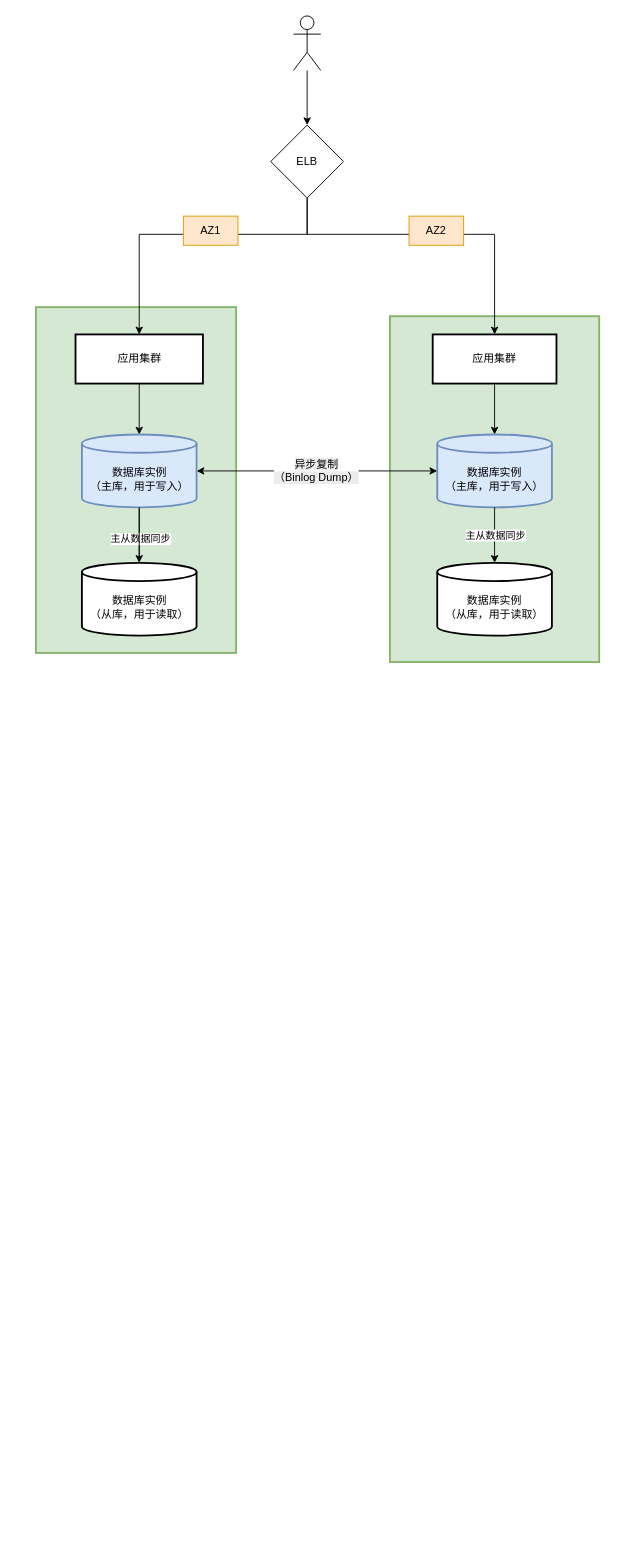
This is images/数据库双主同步.drawio from yesqcy/hello-world, a draw.io file, before an edit. Source tidied: cells renumbered, new cells numbered last; positions are measured from the earlier drawing's top-left corner, leaving out a move shared by most shapes. Both pictures are drawn from the tidied source at 91%, with x=0, y=0 at pixel (35, 15).
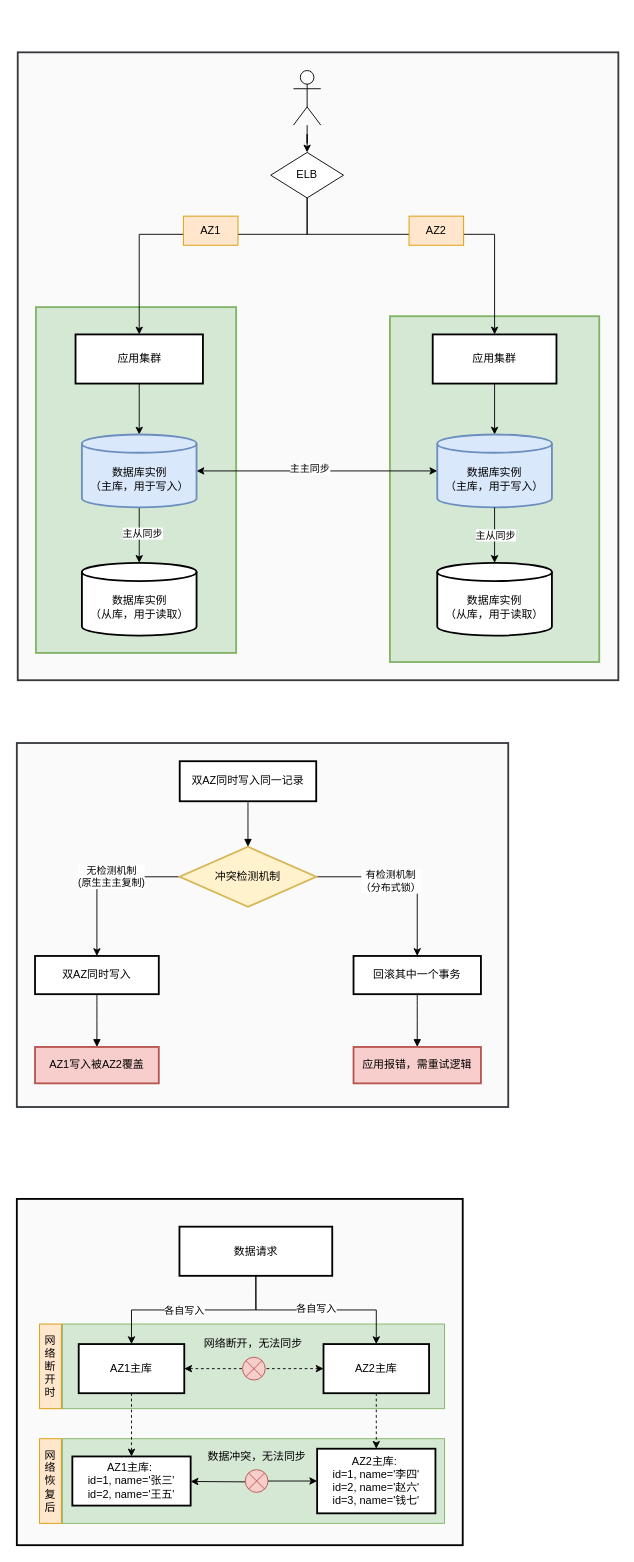
After the change.

Commit message:
更新数据库双主同步.drawio

Unchanged cells that the change refers to:
```xml
<mxCell id="6" value="数据库实例&#10;（主库，用于写入）" style="shape=cylinder3;boundedLbl=1;backgroundOutline=1;size=10;strokeWidth=2;whiteSpace=wrap;fillColor=#dae8fc;strokeColor=#6c8ebf;" parent="1" vertex="1">
  <mxGeometry x="441" y="460" width="126" height="80" as="geometry" />
</mxCell>
<mxCell id="9" style="edgeStyle=orthogonalEdgeStyle;rounded=0;jettySize=auto;html=1;exitX=0.5;exitY=1;exitDx=0;exitDy=0;exitPerimeter=0;" parent="1" edge="1" source="13" target="20">
  <mxGeometry relative="1" as="geometry" />
</mxCell>
<mxCell id="13" value="数据库实例&#10;（主库，用于写入）" style="shape=cylinder3;boundedLbl=1;backgroundOutline=1;size=10;strokeWidth=2;whiteSpace=wrap;fillColor=#dae8fc;strokeColor=#6c8ebf;" parent="1" vertex="1">
  <mxGeometry x="50.5" y="460" width="126" height="80" as="geometry" />
</mxCell>
<mxCell id="20" value="数据库实例&#10;（从库，用于读取）" style="shape=cylinder3;boundedLbl=1;backgroundOutline=1;size=10;strokeWidth=2;whiteSpace=wrap;" parent="1" vertex="1">
  <mxGeometry x="50.5" y="601" width="126" height="80" as="geometry" />
</mxCell>
<mxCell id="22" style="edgeStyle=orthogonalEdgeStyle;rounded=0;jettySize=auto;html=1;startArrow=classic;startFill=1;endArrow=none;endFill=0;entryX=0.5;entryY=1;entryDx=0;entryDy=0;entryPerimeter=0;" parent="1" edge="1" source="21" target="6">
  <mxGeometry relative="1" as="geometry" />
</mxCell>
```

What changed in the source:
```diff
@@
+    <mxCell id="26" style="whiteSpace=wrap;strokeWidth=2;verticalAlign=top;labelBackgroundColor=default;fillColor=#FAFAFA;strokeColor=#36393d;" parent="1" vertex="1">
+      <mxGeometry x="-20" y="40" width="660" height="690" as="geometry" />
+    </mxCell>
+    <mxCell id="27" style="whiteSpace=wrap;strokeWidth=2;verticalAlign=top;labelBackgroundColor=default;fillColor=#FAFAFA;strokeColor=#36393d;" parent="1" vertex="1">
+      <mxGeometry x="-21" y="799" width="540" height="400" as="geometry" />
+    </mxCell>
+    <mxCell id="28" style="whiteSpace=wrap;strokeWidth=2;verticalAlign=top;labelBackgroundColor=default;fillColor=#FAFAFA;" parent="1" vertex="1">
+      <mxGeometry x="-21" y="1300" width="490" height="380.5" as="geometry" />
+    </mxCell>
+    <mxCell id="29" style="rounded=0;whiteSpace=wrap;html=1;fillColor=#d5e8d4;strokeColor=#82b366;" parent="1" vertex="1">
+      <mxGeometry x="29" y="1563.5" width="420" height="93" as="geometry" />
+    </mxCell>
+    <mxCell id="30" style="rounded=0;whiteSpace=wrap;html=1;fillColor=#d5e8d4;strokeColor=#82b366;" parent="1" vertex="1">
+      <mxGeometry x="29" y="1437.5" width="420" height="93" as="geometry" />
+    </mxCell>
@@
+    <mxCell id="11" style="edgeStyle=orthogonalEdgeStyle;rounded=0;jettySize=auto;html=1;exitX=1;exitY=0.5;exitDx=0;exitDy=0;exitPerimeter=0;startArrow=classic;startFill=1;" parent="1" edge="1" source="13" target="6">
+      <mxGeometry relative="1" as="geometry" />
+    </mxCell>
+    <mxCell id="31" value="主主同步" style="edgeLabel;html=1;align=center;verticalAlign=middle;" parent="11" vertex="1">
+      <mxGeometry x="-0.23" y="3" relative="1" as="geometry">
+        <mxPoint x="22" as="offset" />
+      </mxGeometry>
+    </mxCell>
@@
-    <mxCell id="10" value="主从数据同步" style="edgeLabel;html=1;align=center;verticalAlign=middle;" parent="9" vertex="1">
-      <mxGeometry x="0.13" y="1" relative="1" as="geometry" />
-    </mxCell>
-    <mxCell id="11" style="edgeStyle=orthogonalEdgeStyle;rounded=0;jettySize=auto;html=1;exitX=1;exitY=0.5;exitDx=0;exitDy=0;exitPerimeter=0;startArrow=classic;startFill=1;" parent="1" edge="1" source="13" target="6">
-      <mxGeometry relative="1" as="geometry" />
-    </mxCell>
-    <mxCell id="12" value="&lt;div&gt;&lt;span style=&quot;font-size: 12px; text-wrap-mode: wrap; background-color: rgb(236, 236, 236);&quot;&gt;异步复制（&lt;/span&gt;&lt;span style=&quot;color: light-dark(rgb(0, 0, 0), rgb(255, 255, 255)); text-wrap-mode: wrap; font-size: 12px; background-color: rgb(236, 236, 236);&quot;&gt;Binlog&amp;nbsp;&lt;/span&gt;&lt;span style=&quot;color: light-dark(rgb(0, 0, 0), rgb(255, 255, 255)); text-wrap-mode: wrap; font-size: 12px; background-color: rgb(236, 236, 236);&quot;&gt;Dump&lt;/span&gt;&lt;span style=&quot;background-color: rgb(236, 236, 236); font-size: 12px; text-wrap-mode: wrap; color: light-dark(rgb(0, 0, 0), rgb(255, 255, 255));&quot;&gt;）&lt;/span&gt;&lt;/div&gt;" style="edgeLabel;html=1;align=center;verticalAlign=middle;" parent="11" vertex="1">
-      <mxGeometry x="-0.23" y="1" relative="1" as="geometry">
-        <mxPoint x="29" as="offset" />
-      </mxGeometry>
-    </mxCell>
+    <mxCell id="32" value="&lt;span style=&quot;background-color: rgb(255, 255, 255);&quot;&gt;主从同步&lt;/span&gt;" style="edgeLabel;html=1;align=center;verticalAlign=middle;" parent="9" vertex="1">
+      <mxGeometry x="-0.08" y="3" relative="1" as="geometry" />
+    </mxCell>
@@
     <mxCell id="16" value="ELB" style="rhombus;whiteSpace=wrap;html=1;" parent="1" vertex="1">
-      <mxGeometry x="258" y="120" width="80" height="80" as="geometry" />
+      <mxGeometry x="258" y="150" width="80" height="50" as="geometry" />
     </mxCell>
@@
     <mxCell id="18" style="shape=umlActor;verticalLabelPosition=bottom;verticalAlign=top;html=1;outlineConnect=0;" parent="1" vertex="1">
-      <mxGeometry x="283" width="30" height="60" as="geometry" />
+      <mxGeometry x="283" y="60" width="30" height="60" as="geometry" />
     </mxCell>
-    <mxCell id="19" style="edgeStyle=orthogonalEdgeStyle;rounded=0;jettySize=auto;html=1;startArrow=none;startFill=0;endArrow=none;endFill=0;" parent="1" edge="1" source="20" target="13">
-      <mxGeometry relative="1" as="geometry" />
-    </mxCell>
@@
-    <mxCell id="23" value="主从数据同步" style="edgeLabel;html=1;align=center;verticalAlign=middle;" parent="22" vertex="1">
+    <mxCell id="23" value="&lt;span style=&quot;background-color: rgb(255, 255, 255);&quot;&gt;主从同步&lt;/span&gt;" style="edgeLabel;html=1;align=center;verticalAlign=middle;" parent="22" vertex="1">
       <mxGeometry y="1" relative="1" as="geometry">
         <mxPoint x="1" as="offset" />
       </mxGeometry>
     </mxCell>
@@
+    <mxCell id="33" value="双AZ同时写入同一记录" style="whiteSpace=wrap;strokeWidth=2;" parent="1" vertex="1">
+      <mxGeometry x="158" y="819" width="150" height="44" as="geometry" />
+    </mxCell>
+    <mxCell id="34" style="edgeStyle=orthogonalEdgeStyle;rounded=0;jettySize=auto;html=1;exitX=1;exitY=0.5;exitDx=0;exitDy=0;entryX=0.5;entryY=0;entryDx=0;entryDy=0;" parent="1" edge="1" source="38" target="40">
+      <mxGeometry relative="1" as="geometry" />
+    </mxCell>
+    <mxCell id="35" value="有检测机制&lt;br style=&quot;padding: 0px; margin: 0px;&quot;&gt;（分布式锁）" style="edgeLabel;html=1;align=center;verticalAlign=middle;" parent="34" vertex="1">
+      <mxGeometry x="-0.18" y="-4" relative="1" as="geometry" />
+    </mxCell>
+    <mxCell id="36" style="edgeStyle=orthogonalEdgeStyle;rounded=0;jettySize=auto;html=1;exitX=0;exitY=0.5;exitDx=0;exitDy=0;" parent="1" edge="1" source="38" target="39">
+      <mxGeometry relative="1" as="geometry" />
+    </mxCell>
+    <mxCell id="37" value="无检测机制&lt;br style=&quot;padding: 0px; margin: 0px;&quot;&gt;(原生主主复制)" style="edgeLabel;html=1;align=center;verticalAlign=middle;" parent="36" vertex="1">
+      <mxGeometry x="-0.15" y="-1" relative="1" as="geometry" />
+    </mxCell>
+    <mxCell id="38" value="冲突检测机制" style="rhombus;strokeWidth=2;whiteSpace=wrap;fillColor=#fff2cc;strokeColor=#d6b656;" parent="1" vertex="1">
+      <mxGeometry x="158" y="913" width="150" height="66" as="geometry" />
+    </mxCell>
+    <mxCell id="39" value="双AZ同时写入" style="whiteSpace=wrap;strokeWidth=2;" parent="1" vertex="1">
+      <mxGeometry x="-1" y="1033" width="136" height="42" as="geometry" />
+    </mxCell>
+    <mxCell id="40" value="回滚其中一个事务" style="whiteSpace=wrap;strokeWidth=2;" parent="1" vertex="1">
+      <mxGeometry x="349" y="1033" width="140" height="42" as="geometry" />
+    </mxCell>
+    <mxCell id="41" value="AZ1写入被AZ2覆盖" style="whiteSpace=wrap;strokeWidth=2;fillColor=#f8cecc;strokeColor=#b85450;" parent="1" vertex="1">
+      <mxGeometry x="-1" y="1133" width="136" height="40" as="geometry" />
+    </mxCell>
+    <mxCell id="42" value="应用报错，需重试逻辑" style="whiteSpace=wrap;strokeWidth=2;fillColor=#f8cecc;strokeColor=#b85450;" parent="1" vertex="1">
+      <mxGeometry x="349" y="1133" width="140" height="40" as="geometry" />
+    </mxCell>
+    <mxCell id="43" style="curved=1;startArrow=none;endArrow=block;exitX=0.5;exitY=1;entryX=0.5;entryY=0;rounded=0;" parent="1" edge="1" source="33" target="38">
+      <mxGeometry relative="1" as="geometry" />
+    </mxCell>
+    <mxCell id="44" style="curved=1;startArrow=none;endArrow=block;exitX=0.5;exitY=1;entryX=0.5;entryY=0;rounded=0;" parent="1" edge="1" source="39" target="41">
+      <mxGeometry relative="1" as="geometry" />
+    </mxCell>
+    <mxCell id="45" style="curved=1;startArrow=none;endArrow=block;exitX=0.5;exitY=1;entryX=0.5;entryY=0;rounded=0;" parent="1" edge="1" source="40" target="42">
+      <mxGeometry relative="1" as="geometry" />
+    </mxCell>
+    <mxCell id="46" style="edgeStyle=orthogonalEdgeStyle;rounded=0;jettySize=auto;html=1;exitX=0.5;exitY=1;exitDx=0;exitDy=0;" parent="1" edge="1" source="50" target="54">
+      <mxGeometry relative="1" as="geometry" />
+    </mxCell>
+    <mxCell id="47" value="各自写入" style="edgeLabel;html=1;align=center;verticalAlign=middle;" parent="46" vertex="1">
+      <mxGeometry x="0.11" relative="1" as="geometry" />
+    </mxCell>
+    <mxCell id="48" style="edgeStyle=orthogonalEdgeStyle;rounded=0;jettySize=auto;html=1;exitX=0.5;exitY=1;exitDx=0;exitDy=0;" parent="1" edge="1" source="50" target="52">
+      <mxGeometry relative="1" as="geometry" />
+    </mxCell>
+    <mxCell id="49" value="各自写入" style="edgeLabel;html=1;align=center;verticalAlign=middle;" parent="48" vertex="1">
+      <mxGeometry x="-0.01" y="3" relative="1" as="geometry">
+        <mxPoint y="1" as="offset" />
+      </mxGeometry>
+    </mxCell>
+    <mxCell id="50" value="数据请求" style="whiteSpace=wrap;strokeWidth=2;" parent="1" vertex="1">
+      <mxGeometry x="157.7" y="1330.5" width="167.9" height="54" as="geometry" />
+    </mxCell>
+    <mxCell id="51" style="edgeStyle=orthogonalEdgeStyle;rounded=0;jettySize=auto;html=1;exitX=0.5;exitY=1;exitDx=0;exitDy=0;endArrow=classic;endFill=1;dashed=1;" parent="1" edge="1" source="52" target="59">
+      <mxGeometry relative="1" as="geometry" />
+    </mxCell>
+    <mxCell id="52" value="AZ2主库" style="whiteSpace=wrap;strokeWidth=2;" parent="1" vertex="1">
+      <mxGeometry x="316" y="1459.5" width="116" height="54" as="geometry" />
+    </mxCell>
+    <mxCell id="53" style="edgeStyle=orthogonalEdgeStyle;rounded=0;jettySize=auto;html=1;exitX=0.5;exitY=1;exitDx=0;exitDy=0;endArrow=classic;endFill=1;dashed=1;" parent="1" edge="1" source="54" target="58">
+      <mxGeometry relative="1" as="geometry" />
+    </mxCell>
+    <mxCell id="54" value="AZ1主库" style="whiteSpace=wrap;strokeWidth=2;" parent="1" vertex="1">
+      <mxGeometry x="47" y="1459.5" width="116" height="54" as="geometry" />
+    </mxCell>
+    <mxCell id="55" value="网络断开，无法同步" style="text;html=1;whiteSpace=wrap;strokeColor=none;fillColor=none;align=center;verticalAlign=middle;rounded=0;" parent="1" vertex="1">
+      <mxGeometry x="184" y="1444" width="110" height="30" as="geometry" />
+    </mxCell>
+    <mxCell id="56" style="edgeStyle=orthogonalEdgeStyle;rounded=0;jettySize=auto;html=1;startArrow=classic;startFill=1;dashed=1;entryX=0;entryY=0.5;entryDx=0;entryDy=0;" parent="1" edge="1" source="54" target="52">
+      <mxGeometry relative="1" as="geometry" />
+    </mxCell>
+    <mxCell id="57" style="shape=sumEllipse;perimeter=ellipsePerimeter;whiteSpace=wrap;html=1;backgroundOutline=1;fillColor=#f8cecc;strokeColor=#b85450;" parent="1" vertex="1">
+      <mxGeometry x="227" y="1474" width="25" height="25" as="geometry" />
+    </mxCell>
+    <mxCell id="58" value="AZ1主库: &#10;id=1, name='张三'&#10;id=2, name='王五'" style="whiteSpace=wrap;strokeWidth=2;" parent="1" vertex="1">
+      <mxGeometry x="40" y="1583" width="130" height="54" as="geometry" />
+    </mxCell>
+    <mxCell id="59" value="AZ2主库: &#10;id=1, name='李四'&#10;id=2, name='赵六'&#10;id=3, name='钱七'" style="whiteSpace=wrap;strokeWidth=2;" parent="1" vertex="1">
+      <mxGeometry x="309" y="1574.5" width="130" height="71" as="geometry" />
+    </mxCell>
+    <mxCell id="60" value="网络断开时" style="text;html=1;whiteSpace=wrap;strokeColor=#d79b00;fillColor=#ffe6cc;align=center;verticalAlign=middle;rounded=0;" parent="1" vertex="1">
+      <mxGeometry x="4" y="1437.5" width="24" height="93" as="geometry" />
+    </mxCell>
+    <mxCell id="61" style="edgeStyle=orthogonalEdgeStyle;rounded=0;jettySize=auto;html=1;exitX=1;exitY=0.5;exitDx=0;exitDy=0;startArrow=classic;startFill=1;entryX=0;entryY=0.5;entryDx=0;entryDy=0;" parent="1" edge="1" target="59">
+      <mxGeometry relative="1" as="geometry">
+        <mxPoint x="170" y="1610.5" as="sourcePoint" />
+      </mxGeometry>
+    </mxCell>
+    <mxCell id="62" style="shape=sumEllipse;perimeter=ellipsePerimeter;whiteSpace=wrap;html=1;backgroundOutline=1;fillColor=#f8cecc;strokeColor=#b85450;" parent="1" vertex="1">
+      <mxGeometry x="230" y="1597.5" width="25" height="25" as="geometry" />
+    </mxCell>
+    <mxCell id="63" value="数据冲突，无法同步" style="text;html=1;whiteSpace=wrap;strokeColor=none;fillColor=none;align=center;verticalAlign=middle;rounded=0;" parent="1" vertex="1">
+      <mxGeometry x="187.5" y="1567.5" width="110" height="30" as="geometry" />
+    </mxCell>
+    <mxCell id="64" value="网络恢复后" style="text;html=1;whiteSpace=wrap;strokeColor=#d79b00;fillColor=#ffe6cc;align=center;verticalAlign=middle;rounded=0;" parent="1" vertex="1">
+      <mxGeometry x="4" y="1563.5" width="24" height="93" as="geometry" />
+    </mxCell>
```
